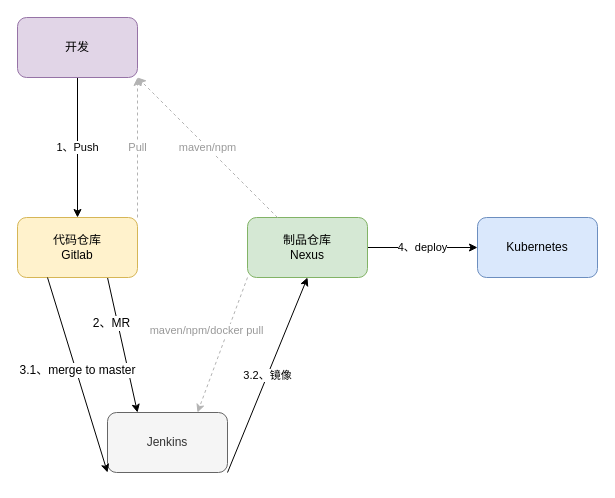
Before: Untitled Diagram.drawio in baker635/tmp, a draw.io diagram. Source tidied: cells renumbered, new cells numbered last; positions are measured from the earlier drawing's top-left corner, leaving out a move shared by most shapes. Both pictures are drawn from the tidied source at 100%, with x=0, y=0 at pixel (17, 17).
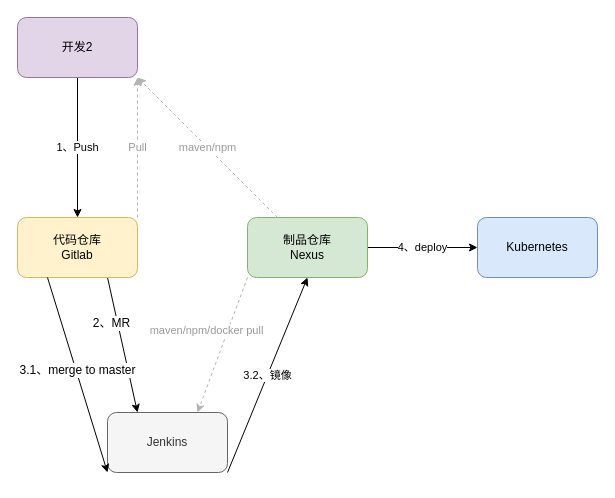
The same page after the edit.

The edit, as a diff of the source:
```diff
@@
 <mxGraphModel>
   <root>
     <mxCell id="0" />
     <mxCell id="1" parent="0" />
     <mxCell id="2" style="edgeStyle=none;rounded=0;jettySize=auto;html=1;entryX=0.25;entryY=0;entryDx=0;entryDy=0;exitX=0.75;exitY=1;exitDx=0;exitDy=0;" parent="1" edge="1" source="4" target="6">
       <mxGeometry relative="1" as="geometry" />
     </mxCell>
     <mxCell id="3" value="2、MR" style="text;html=1;align=center;verticalAlign=middle;labelBackgroundColor=#ffffff;" parent="2" vertex="1">
       <mxGeometry x="-0.17" y="-2" relative="1" as="geometry">
         <mxPoint x="-7.2" y="-10.4" as="offset" />
       </mxGeometry>
     </mxCell>
     <mxCell id="4" value="代码仓库&lt;br&gt;Gitlab" style="rounded=1;whiteSpace=wrap;html=1;fillColor=#fff2cc;strokeColor=#d6b656;" parent="1" vertex="1">
       <mxGeometry y="200" width="120" height="60" as="geometry" />
     </mxCell>
     <mxCell id="5" value="3.2、镜像" style="rounded=0;jettySize=auto;html=1;exitX=1;exitY=1;exitDx=0;exitDy=0;entryX=0.5;entryY=1;entryDx=0;entryDy=0;" parent="1" edge="1" source="6" target="9">
       <mxGeometry relative="1" as="geometry" />
     </mxCell>
     <mxCell id="6" value="Jenkins" style="rounded=1;whiteSpace=wrap;html=1;fillColor=#f5f5f5;strokeColor=#666666;fontColor=#333333;" parent="1" vertex="1">
       <mxGeometry x="90" y="395" width="120" height="60" as="geometry" />
     </mxCell>
     <mxCell id="7" value="Kubernetes" style="rounded=1;whiteSpace=wrap;html=1;fillColor=#dae8fc;strokeColor=#6c8ebf;" parent="1" vertex="1">
       <mxGeometry x="460" y="200" width="120" height="60" as="geometry" />
     </mxCell>
     <mxCell id="8" value="4、deploy" style="edgeStyle=none;rounded=0;jettySize=auto;html=1;exitX=1;exitY=0.5;exitDx=0;exitDy=0;" parent="1" edge="1" source="9" target="7">
       <mxGeometry relative="1" as="geometry" />
     </mxCell>
     <mxCell id="9" value="制品仓库&lt;br&gt;Nexus" style="rounded=1;whiteSpace=wrap;html=1;fillColor=#d5e8d4;strokeColor=#82b366;" parent="1" vertex="1">
       <mxGeometry x="230" y="200" width="120" height="60" as="geometry" />
     </mxCell>
     <mxCell id="10" value="1、Push" style="edgeStyle=orthogonalEdgeStyle;rounded=0;jettySize=auto;html=1;" parent="1" edge="1" source="11">
       <mxGeometry relative="1" as="geometry">
         <mxPoint x="60" y="200" as="targetPoint" />
       </mxGeometry>
     </mxCell>
-    <mxCell id="11" value="开发" style="rounded=1;whiteSpace=wrap;html=1;fillColor=#e1d5e7;strokeColor=#9673a6;" parent="1" vertex="1">
+    <mxCell id="11" value="开发2" style="rounded=1;whiteSpace=wrap;html=1;fillColor=#e1d5e7;strokeColor=#9673a6;" parent="1" vertex="1">
       <mxGeometry width="120" height="60" as="geometry" />
     </mxCell>
     <mxCell id="12" style="edgeStyle=none;rounded=0;jettySize=auto;html=1;exitX=0.25;exitY=1;exitDx=0;exitDy=0;entryX=0;entryY=1;entryDx=0;entryDy=0;" parent="1" edge="1" source="4" target="6">
       <mxGeometry relative="1" as="geometry" />
     </mxCell>
     <mxCell id="13" value="3.1、merge to master" style="text;html=1;align=center;verticalAlign=middle;labelBackgroundColor=#ffffff;" parent="12" vertex="1">
       <mxGeometry x="-0.17" y="-2" relative="1" as="geometry">
         <mxPoint x="6.9" y="10.3" as="offset" />
       </mxGeometry>
     </mxCell>
     <mxCell id="14" value="Pull" style="edgeStyle=orthogonalEdgeStyle;rounded=0;jettySize=auto;html=1;entryX=1;entryY=1;entryDx=0;entryDy=0;dashed=1;strokeColor=#B3B3B3;fontColor=#999999;exitX=1;exitY=0;exitDx=0;exitDy=0;" parent="1" edge="1" source="4" target="11">
       <mxGeometry relative="1" as="geometry" />
     </mxCell>
     <mxCell id="15" value="maven/npm/docker pull" style="rounded=0;jettySize=auto;html=1;exitX=0;exitY=1;exitDx=0;exitDy=0;entryX=0.75;entryY=0;entryDx=0;entryDy=0;dashed=1;strokeColor=#B3B3B3;fontColor=#999999;" parent="1" edge="1" source="9" target="6">
       <mxGeometry x="-0.11" y="-20" relative="1" as="geometry" />
     </mxCell>
     <mxCell id="16" value="maven/npm" style="rounded=0;jettySize=auto;html=1;entryX=1;entryY=1;entryDx=0;entryDy=0;dashed=1;strokeColor=#B3B3B3;fontColor=#999999;exitX=0.25;exitY=0;exitDx=0;exitDy=0;" parent="1" edge="1" source="9" target="11">
       <mxGeometry relative="1" as="geometry" />
     </mxCell>
   </root>
 </mxGraphModel>
```
